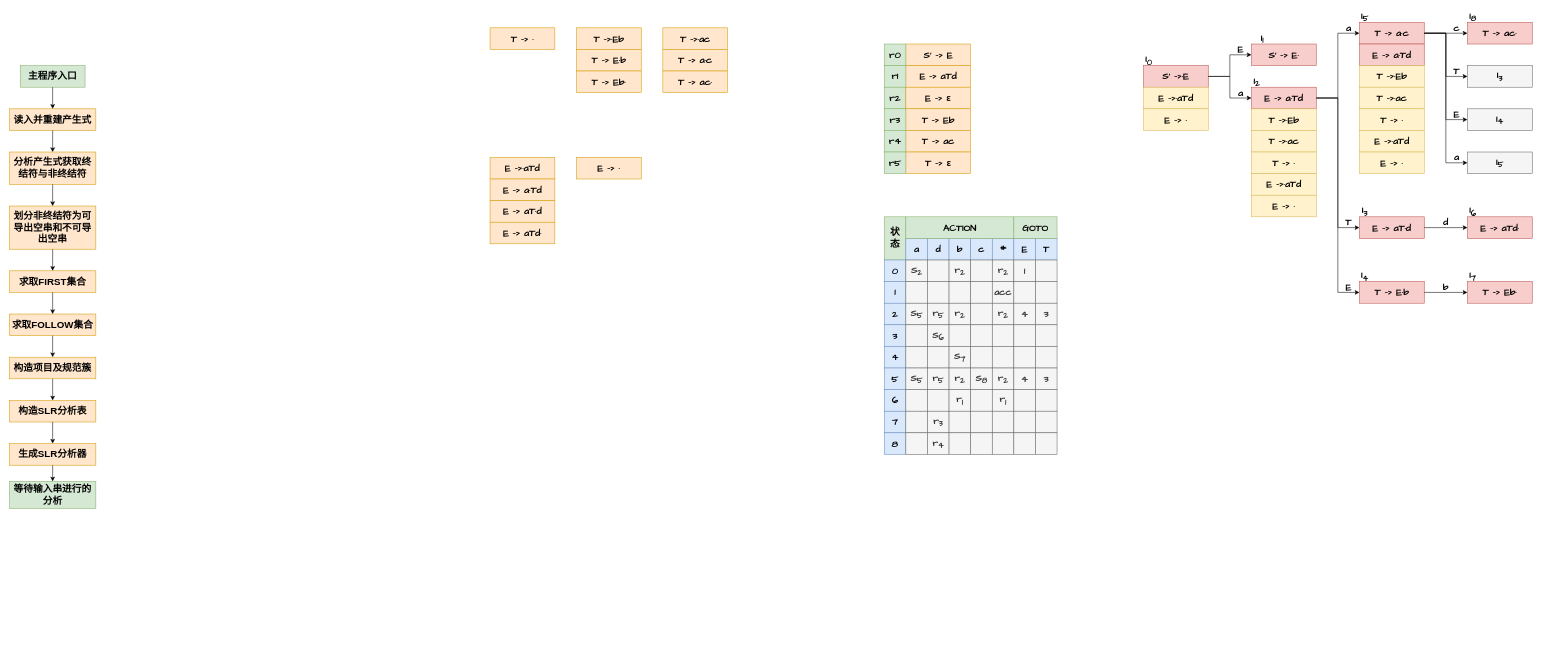
Earlier version of the draw.io diagram CS/CompilersPrinciples/GrammaticalAnalysis.drawio (umiskky/Diagrams). Source tidied: cells renumbered, new cells numbered last; positions are measured from the earlier drawing's top-left corner, leaving out a move shared by most shapes. Both pictures are drawn from the tidied source at 54%, with x=0, y=0 at pixel (9, 11).
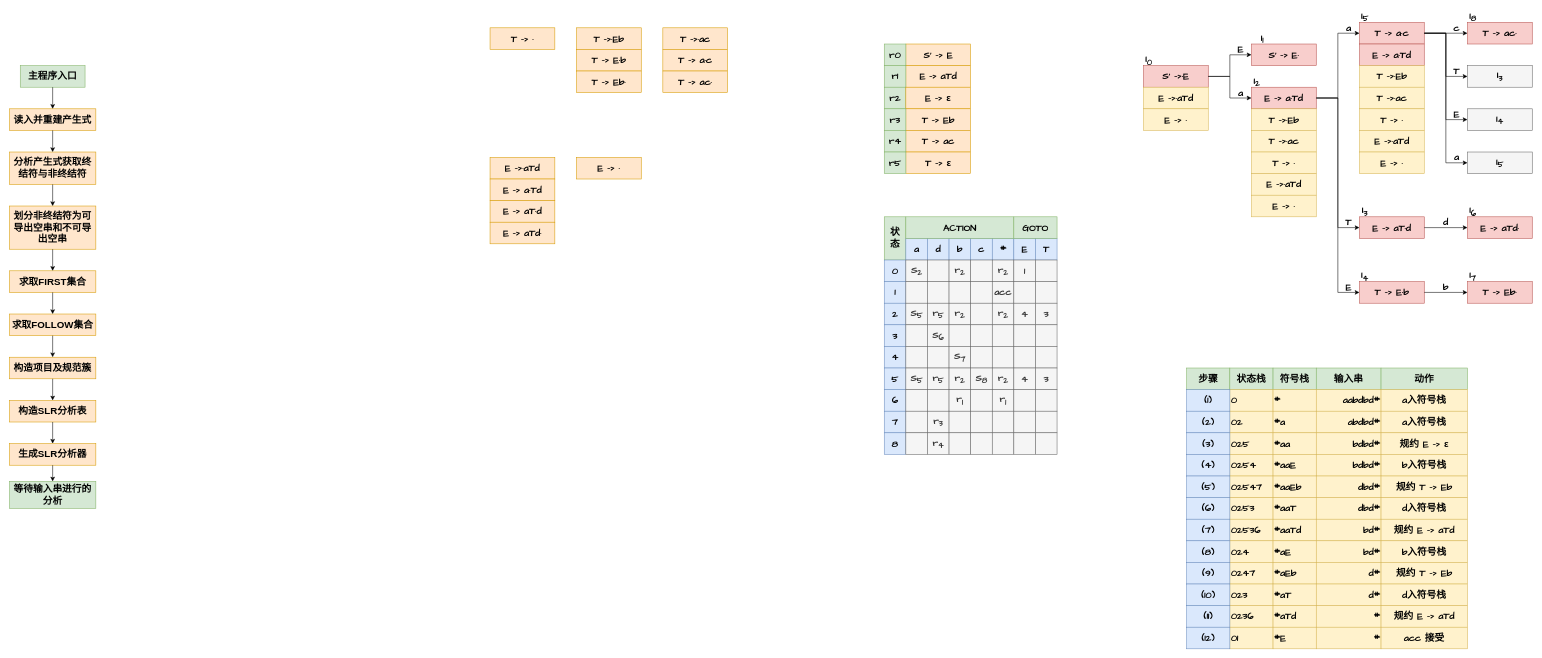
Above is the later version.

The edit, as a diff of the source:
```diff
@@
+    <mxCell id="199" style="group;" parent="1" vertex="1">
+      <mxGeometry x="2180" y="660" width="520" height="520" as="geometry" />
+    </mxCell>
+    <mxCell id="200" value="&lt;b&gt;&lt;font style=&quot;font-size: 18px&quot; face=&quot;Comic Sans MS&quot;&gt;步骤&lt;/font&gt;&lt;/b&gt;" style="rounded=0;whiteSpace=wrap;html=1;fillColor=#d5e8d4;strokeColor=#82b366;" parent="199" vertex="1">
+      <mxGeometry width="80" height="40" as="geometry" />
+    </mxCell>
+    <mxCell id="201" value="&lt;b&gt;&lt;font style=&quot;font-size: 18px&quot; face=&quot;Comic Sans MS&quot;&gt;状态栈&lt;/font&gt;&lt;/b&gt;" style="rounded=0;whiteSpace=wrap;html=1;fillColor=#d5e8d4;strokeColor=#82b366;" parent="199" vertex="1">
+      <mxGeometry x="80" width="80" height="40" as="geometry" />
+    </mxCell>
+    <mxCell id="202" value="&lt;b&gt;&lt;font style=&quot;font-size: 18px&quot; face=&quot;Comic Sans MS&quot;&gt;0&lt;/font&gt;&lt;/b&gt;" style="rounded=0;whiteSpace=wrap;html=1;fillColor=#fff2cc;strokeColor=#d6b656;align=left;" parent="199" vertex="1">
+      <mxGeometry x="80" y="40" width="80" height="40" as="geometry" />
+    </mxCell>
+    <mxCell id="203" value="&lt;b&gt;&lt;font style=&quot;font-size: 18px&quot; face=&quot;Comic Sans MS&quot;&gt;符号栈&lt;/font&gt;&lt;/b&gt;" style="rounded=0;whiteSpace=wrap;html=1;fillColor=#d5e8d4;strokeColor=#82b366;" parent="199" vertex="1">
+      <mxGeometry x="160" width="80" height="40" as="geometry" />
+    </mxCell>
+    <mxCell id="204" value="&lt;b&gt;&lt;font style=&quot;font-size: 18px&quot; face=&quot;Comic Sans MS&quot;&gt;#&lt;/font&gt;&lt;/b&gt;" style="rounded=0;whiteSpace=wrap;html=1;fillColor=#fff2cc;strokeColor=#d6b656;align=left;" parent="199" vertex="1">
+      <mxGeometry x="160" y="40" width="80" height="40" as="geometry" />
+    </mxCell>
+    <mxCell id="205" value="&lt;b&gt;&lt;font style=&quot;font-size: 18px&quot; face=&quot;Comic Sans MS&quot;&gt;输入串&lt;/font&gt;&lt;/b&gt;" style="rounded=0;whiteSpace=wrap;html=1;fillColor=#d5e8d4;strokeColor=#82b366;" parent="199" vertex="1">
+      <mxGeometry x="240" width="120" height="40" as="geometry" />
+    </mxCell>
+    <mxCell id="206" value="&lt;b&gt;&lt;font style=&quot;font-size: 18px&quot; face=&quot;Comic Sans MS&quot;&gt;aabdbd#&lt;/font&gt;&lt;/b&gt;" style="rounded=0;whiteSpace=wrap;html=1;fillColor=#fff2cc;strokeColor=#d6b656;align=right;" parent="199" vertex="1">
+      <mxGeometry x="240" y="40" width="120" height="40" as="geometry" />
+    </mxCell>
+    <mxCell id="207" value="&lt;b&gt;&lt;font style=&quot;font-size: 18px&quot; face=&quot;Comic Sans MS&quot;&gt;动作&lt;/font&gt;&lt;/b&gt;" style="rounded=0;whiteSpace=wrap;html=1;fillColor=#d5e8d4;strokeColor=#82b366;" parent="199" vertex="1">
+      <mxGeometry x="360" width="160" height="40" as="geometry" />
+    </mxCell>
+    <mxCell id="208" value="&lt;b style=&quot;font-family: &amp;#34;comic sans ms&amp;#34; ; font-size: 18px&quot;&gt;a入符号栈&lt;/b&gt;" style="rounded=0;whiteSpace=wrap;html=1;fillColor=#fff2cc;strokeColor=#d6b656;" parent="199" vertex="1">
+      <mxGeometry x="360" y="40" width="160" height="40" as="geometry" />
+    </mxCell>
+    <mxCell id="209" value="&lt;b&gt;&lt;font style=&quot;font-size: 18px&quot; face=&quot;Comic Sans MS&quot;&gt;(1)&lt;/font&gt;&lt;/b&gt;" style="rounded=0;whiteSpace=wrap;html=1;fillColor=#dae8fc;strokeColor=#6c8ebf;" parent="199" vertex="1">
+      <mxGeometry y="40" width="80" height="40" as="geometry" />
+    </mxCell>
+    <mxCell id="210" value="&lt;b&gt;&lt;font style=&quot;font-size: 18px&quot; face=&quot;Comic Sans MS&quot;&gt;02&lt;/font&gt;&lt;/b&gt;" style="rounded=0;whiteSpace=wrap;html=1;fillColor=#fff2cc;strokeColor=#d6b656;align=left;" parent="199" vertex="1">
+      <mxGeometry x="80" y="80" width="80" height="40" as="geometry" />
+    </mxCell>
+    <mxCell id="211" value="&lt;b&gt;&lt;font style=&quot;font-size: 18px&quot; face=&quot;Comic Sans MS&quot;&gt;#a&lt;/font&gt;&lt;/b&gt;" style="rounded=0;whiteSpace=wrap;html=1;fillColor=#fff2cc;strokeColor=#d6b656;align=left;" parent="199" vertex="1">
+      <mxGeometry x="160" y="80" width="80" height="40" as="geometry" />
+    </mxCell>
+    <mxCell id="212" value="&lt;b&gt;&lt;font style=&quot;font-size: 18px&quot; face=&quot;Comic Sans MS&quot;&gt;abdbd#&lt;/font&gt;&lt;/b&gt;" style="rounded=0;whiteSpace=wrap;html=1;fillColor=#fff2cc;strokeColor=#d6b656;align=right;" parent="199" vertex="1">
+      <mxGeometry x="240" y="80" width="120" height="40" as="geometry" />
+    </mxCell>
+    <mxCell id="213" value="&lt;b style=&quot;font-family: &amp;#34;comic sans ms&amp;#34; ; font-size: 18px&quot;&gt;a入符号栈&lt;/b&gt;" style="rounded=0;whiteSpace=wrap;html=1;fillColor=#fff2cc;strokeColor=#d6b656;" parent="199" vertex="1">
+      <mxGeometry x="360" y="80" width="160" height="40" as="geometry" />
+    </mxCell>
+    <mxCell id="214" value="&lt;b&gt;&lt;font style=&quot;font-size: 18px&quot; face=&quot;Comic Sans MS&quot;&gt;(2)&lt;/font&gt;&lt;/b&gt;" style="rounded=0;whiteSpace=wrap;html=1;fillColor=#dae8fc;strokeColor=#6c8ebf;" parent="199" vertex="1">
+      <mxGeometry y="80" width="80" height="40" as="geometry" />
+    </mxCell>
+    <mxCell id="215" value="&lt;b&gt;&lt;font style=&quot;font-size: 18px&quot; face=&quot;Comic Sans MS&quot;&gt;025&lt;/font&gt;&lt;/b&gt;" style="rounded=0;whiteSpace=wrap;html=1;fillColor=#fff2cc;strokeColor=#d6b656;align=left;" parent="199" vertex="1">
+      <mxGeometry x="80" y="120" width="80" height="40" as="geometry" />
+    </mxCell>
+    <mxCell id="216" value="&lt;b&gt;&lt;font style=&quot;font-size: 18px&quot; face=&quot;Comic Sans MS&quot;&gt;#aa&lt;/font&gt;&lt;/b&gt;" style="rounded=0;whiteSpace=wrap;html=1;fillColor=#fff2cc;strokeColor=#d6b656;align=left;" parent="199" vertex="1">
+      <mxGeometry x="160" y="120" width="80" height="40" as="geometry" />
+    </mxCell>
+    <mxCell id="217" value="&lt;b&gt;&lt;font style=&quot;font-size: 18px&quot; face=&quot;Comic Sans MS&quot;&gt;bdbd#&lt;/font&gt;&lt;/b&gt;" style="rounded=0;whiteSpace=wrap;html=1;fillColor=#fff2cc;strokeColor=#d6b656;align=right;" parent="199" vertex="1">
+      <mxGeometry x="240" y="120" width="120" height="40" as="geometry" />
+    </mxCell>
+    <mxCell id="218" value="&lt;font face=&quot;comic sans ms&quot;&gt;&lt;span style=&quot;font-size: 18px&quot;&gt;&lt;b&gt;规约&amp;nbsp;&lt;/b&gt;&lt;/span&gt;&lt;/font&gt;&lt;b style=&quot;font-family: &amp;#34;comic sans ms&amp;#34; ; font-size: 18px&quot;&gt;E -&amp;gt;&amp;nbsp;ε&lt;/b&gt;" style="rounded=0;whiteSpace=wrap;html=1;fillColor=#fff2cc;strokeColor=#d6b656;" parent="199" vertex="1">
+      <mxGeometry x="360" y="120" width="160" height="40" as="geometry" />
+    </mxCell>
+    <mxCell id="219" value="&lt;b&gt;&lt;font style=&quot;font-size: 18px&quot; face=&quot;Comic Sans MS&quot;&gt;(3)&lt;/font&gt;&lt;/b&gt;" style="rounded=0;whiteSpace=wrap;html=1;fillColor=#dae8fc;strokeColor=#6c8ebf;" parent="199" vertex="1">
+      <mxGeometry y="120" width="80" height="40" as="geometry" />
+    </mxCell>
+    <mxCell id="220" value="&lt;b&gt;&lt;font style=&quot;font-size: 18px&quot; face=&quot;Comic Sans MS&quot;&gt;0254&lt;/font&gt;&lt;/b&gt;" style="rounded=0;whiteSpace=wrap;html=1;fillColor=#fff2cc;strokeColor=#d6b656;align=left;" parent="199" vertex="1">
+      <mxGeometry x="80" y="160" width="80" height="40" as="geometry" />
+    </mxCell>
+    <mxCell id="221" value="&lt;b&gt;&lt;font style=&quot;font-size: 18px&quot; face=&quot;Comic Sans MS&quot;&gt;#aaE&lt;/font&gt;&lt;/b&gt;" style="rounded=0;whiteSpace=wrap;html=1;fillColor=#fff2cc;strokeColor=#d6b656;align=left;" parent="199" vertex="1">
+      <mxGeometry x="160" y="160" width="80" height="40" as="geometry" />
+    </mxCell>
+    <mxCell id="222" value="&lt;b&gt;&lt;font style=&quot;font-size: 18px&quot; face=&quot;Comic Sans MS&quot;&gt;bdbd#&lt;/font&gt;&lt;/b&gt;" style="rounded=0;whiteSpace=wrap;html=1;fillColor=#fff2cc;strokeColor=#d6b656;align=right;" parent="199" vertex="1">
+      <mxGeometry x="240" y="160" width="120" height="40" as="geometry" />
+    </mxCell>
+    <mxCell id="223" value="&lt;b style=&quot;font-family: &amp;#34;comic sans ms&amp;#34; ; font-size: 18px&quot;&gt;b入符号栈&lt;/b&gt;" style="rounded=0;whiteSpace=wrap;html=1;fillColor=#fff2cc;strokeColor=#d6b656;" parent="199" vertex="1">
+      <mxGeometry x="360" y="160" width="160" height="40" as="geometry" />
+    </mxCell>
+    <mxCell id="224" value="&lt;b&gt;&lt;font style=&quot;font-size: 18px&quot; face=&quot;Comic Sans MS&quot;&gt;(4)&lt;/font&gt;&lt;/b&gt;" style="rounded=0;whiteSpace=wrap;html=1;fillColor=#dae8fc;strokeColor=#6c8ebf;" parent="199" vertex="1">
+      <mxGeometry y="160" width="80" height="40" as="geometry" />
+    </mxCell>
+    <mxCell id="225" value="&lt;b&gt;&lt;font style=&quot;font-size: 18px&quot; face=&quot;Comic Sans MS&quot;&gt;02547&lt;/font&gt;&lt;/b&gt;" style="rounded=0;whiteSpace=wrap;html=1;fillColor=#fff2cc;strokeColor=#d6b656;align=left;" parent="199" vertex="1">
+      <mxGeometry x="80" y="200" width="80" height="40" as="geometry" />
+    </mxCell>
+    <mxCell id="226" value="&lt;b&gt;&lt;font style=&quot;font-size: 18px&quot; face=&quot;Comic Sans MS&quot;&gt;#aaEb&lt;/font&gt;&lt;/b&gt;" style="rounded=0;whiteSpace=wrap;html=1;fillColor=#fff2cc;strokeColor=#d6b656;align=left;" parent="199" vertex="1">
+      <mxGeometry x="160" y="200" width="80" height="40" as="geometry" />
+    </mxCell>
+    <mxCell id="227" value="&lt;b&gt;&lt;font style=&quot;font-size: 18px&quot; face=&quot;Comic Sans MS&quot;&gt;dbd#&lt;/font&gt;&lt;/b&gt;" style="rounded=0;whiteSpace=wrap;html=1;fillColor=#fff2cc;strokeColor=#d6b656;align=right;" parent="199" vertex="1">
+      <mxGeometry x="240" y="200" width="120" height="40" as="geometry" />
+    </mxCell>
+    <mxCell id="228" value="&lt;font face=&quot;comic sans ms&quot;&gt;&lt;span style=&quot;font-size: 18px&quot;&gt;&lt;b&gt;规约&amp;nbsp;&lt;/b&gt;&lt;/span&gt;&lt;/font&gt;&lt;b style=&quot;font-family: &amp;#34;comic sans ms&amp;#34; ; font-size: 18px&quot;&gt;T -&amp;gt; Eb&lt;/b&gt;" style="rounded=0;whiteSpace=wrap;html=1;fillColor=#fff2cc;strokeColor=#d6b656;" parent="199" vertex="1">
+      <mxGeometry x="360" y="200" width="160" height="40" as="geometry" />
+    </mxCell>
+    <mxCell id="229" value="&lt;b&gt;&lt;font style=&quot;font-size: 18px&quot; face=&quot;Comic Sans MS&quot;&gt;(5)&lt;/font&gt;&lt;/b&gt;" style="rounded=0;whiteSpace=wrap;html=1;fillColor=#dae8fc;strokeColor=#6c8ebf;" parent="199" vertex="1">
+      <mxGeometry y="200" width="80" height="40" as="geometry" />
+    </mxCell>
+    <mxCell id="230" value="&lt;b&gt;&lt;font style=&quot;font-size: 18px&quot; face=&quot;Comic Sans MS&quot;&gt;0253&lt;/font&gt;&lt;/b&gt;" style="rounded=0;whiteSpace=wrap;html=1;fillColor=#fff2cc;strokeColor=#d6b656;align=left;" parent="199" vertex="1">
+      <mxGeometry x="80" y="240" width="80" height="40" as="geometry" />
+    </mxCell>
+    <mxCell id="231" value="&lt;b&gt;&lt;font style=&quot;font-size: 18px&quot; face=&quot;Comic Sans MS&quot;&gt;#aaT&lt;/font&gt;&lt;/b&gt;" style="rounded=0;whiteSpace=wrap;html=1;fillColor=#fff2cc;strokeColor=#d6b656;align=left;" parent="199" vertex="1">
+      <mxGeometry x="160" y="240" width="80" height="40" as="geometry" />
+    </mxCell>
+    <mxCell id="232" value="&lt;b&gt;&lt;font style=&quot;font-size: 18px&quot; face=&quot;Comic Sans MS&quot;&gt;dbd#&lt;/font&gt;&lt;/b&gt;" style="rounded=0;whiteSpace=wrap;html=1;fillColor=#fff2cc;strokeColor=#d6b656;align=right;" parent="199" vertex="1">
+      <mxGeometry x="240" y="240" width="120" height="40" as="geometry" />
+    </mxCell>
+    <mxCell id="233" value="&lt;b style=&quot;font-family: &amp;#34;comic sans ms&amp;#34; ; font-size: 18px&quot;&gt;d入符号栈&lt;/b&gt;" style="rounded=0;whiteSpace=wrap;html=1;fillColor=#fff2cc;strokeColor=#d6b656;" parent="199" vertex="1">
+      <mxGeometry x="360" y="240" width="160" height="40" as="geometry" />
+    </mxCell>
+    <mxCell id="234" value="&lt;b&gt;&lt;font style=&quot;font-size: 18px&quot; face=&quot;Comic Sans MS&quot;&gt;(6)&lt;/font&gt;&lt;/b&gt;" style="rounded=0;whiteSpace=wrap;html=1;fillColor=#dae8fc;strokeColor=#6c8ebf;" parent="199" vertex="1">
+      <mxGeometry y="240" width="80" height="40" as="geometry" />
+    </mxCell>
+    <mxCell id="235" value="&lt;b&gt;&lt;font style=&quot;font-size: 18px&quot; face=&quot;Comic Sans MS&quot;&gt;02536&lt;/font&gt;&lt;/b&gt;" style="rounded=0;whiteSpace=wrap;html=1;fillColor=#fff2cc;strokeColor=#d6b656;align=left;" parent="199" vertex="1">
+      <mxGeometry x="80" y="280" width="80" height="40" as="geometry" />
+    </mxCell>
+    <mxCell id="236" value="&lt;b&gt;&lt;font style=&quot;font-size: 18px&quot; face=&quot;Comic Sans MS&quot;&gt;#aaTd&lt;/font&gt;&lt;/b&gt;" style="rounded=0;whiteSpace=wrap;html=1;fillColor=#fff2cc;strokeColor=#d6b656;align=left;" parent="199" vertex="1">
+      <mxGeometry x="160" y="280" width="80" height="40" as="geometry" />
+    </mxCell>
+    <mxCell id="237" value="&lt;b&gt;&lt;font style=&quot;font-size: 18px&quot; face=&quot;Comic Sans MS&quot;&gt;bd#&lt;/font&gt;&lt;/b&gt;" style="rounded=0;whiteSpace=wrap;html=1;fillColor=#fff2cc;strokeColor=#d6b656;align=right;" parent="199" vertex="1">
+      <mxGeometry x="240" y="280" width="120" height="40" as="geometry" />
+    </mxCell>
+    <mxCell id="238" value="&lt;font face=&quot;comic sans ms&quot;&gt;&lt;span style=&quot;font-size: 18px&quot;&gt;&lt;b&gt;规约&amp;nbsp;&lt;/b&gt;&lt;/span&gt;&lt;/font&gt;&lt;b style=&quot;font-family: &amp;#34;comic sans ms&amp;#34; ; font-size: 18px&quot;&gt;E -&amp;gt; aTd&lt;/b&gt;" style="rounded=0;whiteSpace=wrap;html=1;fillColor=#fff2cc;strokeColor=#d6b656;" parent="199" vertex="1">
+      <mxGeometry x="360" y="280" width="160" height="40" as="geometry" />
+    </mxCell>
+    <mxCell id="239" value="&lt;b&gt;&lt;font style=&quot;font-size: 18px&quot; face=&quot;Comic Sans MS&quot;&gt;(7)&lt;/font&gt;&lt;/b&gt;" style="rounded=0;whiteSpace=wrap;html=1;fillColor=#dae8fc;strokeColor=#6c8ebf;" parent="199" vertex="1">
+      <mxGeometry y="280" width="80" height="40" as="geometry" />
+    </mxCell>
+    <mxCell id="240" value="&lt;b&gt;&lt;font style=&quot;font-size: 18px&quot; face=&quot;Comic Sans MS&quot;&gt;024&lt;/font&gt;&lt;/b&gt;" style="rounded=0;whiteSpace=wrap;html=1;fillColor=#fff2cc;strokeColor=#d6b656;align=left;" parent="199" vertex="1">
+      <mxGeometry x="80" y="320" width="80" height="40" as="geometry" />
+    </mxCell>
+    <mxCell id="241" value="&lt;b&gt;&lt;font style=&quot;font-size: 18px&quot; face=&quot;Comic Sans MS&quot;&gt;#aE&lt;/font&gt;&lt;/b&gt;" style="rounded=0;whiteSpace=wrap;html=1;fillColor=#fff2cc;strokeColor=#d6b656;align=left;" parent="199" vertex="1">
+      <mxGeometry x="160" y="320" width="80" height="40" as="geometry" />
+    </mxCell>
+    <mxCell id="242" value="&lt;b&gt;&lt;font style=&quot;font-size: 18px&quot; face=&quot;Comic Sans MS&quot;&gt;bd#&lt;/font&gt;&lt;/b&gt;" style="rounded=0;whiteSpace=wrap;html=1;fillColor=#fff2cc;strokeColor=#d6b656;align=right;" parent="199" vertex="1">
+      <mxGeometry x="240" y="320" width="120" height="40" as="geometry" />
+    </mxCell>
+    <mxCell id="243" value="&lt;b style=&quot;font-family: &amp;#34;comic sans ms&amp;#34; ; font-size: 18px&quot;&gt;b入符号栈&lt;/b&gt;" style="rounded=0;whiteSpace=wrap;html=1;fillColor=#fff2cc;strokeColor=#d6b656;" parent="199" vertex="1">
+      <mxGeometry x="360" y="320" width="160" height="40" as="geometry" />
+    </mxCell>
+    <mxCell id="244" value="&lt;b&gt;&lt;font style=&quot;font-size: 18px&quot; face=&quot;Comic Sans MS&quot;&gt;(8)&lt;/font&gt;&lt;/b&gt;" style="rounded=0;whiteSpace=wrap;html=1;fillColor=#dae8fc;strokeColor=#6c8ebf;" parent="199" vertex="1">
+      <mxGeometry y="320" width="80" height="40" as="geometry" />
+    </mxCell>
+    <mxCell id="245" value="&lt;b&gt;&lt;font style=&quot;font-size: 18px&quot; face=&quot;Comic Sans MS&quot;&gt;0247&lt;/font&gt;&lt;/b&gt;" style="rounded=0;whiteSpace=wrap;html=1;fillColor=#fff2cc;strokeColor=#d6b656;align=left;" parent="199" vertex="1">
+      <mxGeometry x="80" y="360" width="80" height="40" as="geometry" />
+    </mxCell>
+    <mxCell id="246" value="&lt;b&gt;&lt;font style=&quot;font-size: 18px&quot; face=&quot;Comic Sans MS&quot;&gt;#aEb&lt;/font&gt;&lt;/b&gt;" style="rounded=0;whiteSpace=wrap;html=1;fillColor=#fff2cc;strokeColor=#d6b656;align=left;" parent="199" vertex="1">
+      <mxGeometry x="160" y="360" width="80" height="40" as="geometry" />
+    </mxCell>
+    <mxCell id="247" value="&lt;b&gt;&lt;font style=&quot;font-size: 18px&quot; face=&quot;Comic Sans MS&quot;&gt;d#&lt;/font&gt;&lt;/b&gt;" style="rounded=0;whiteSpace=wrap;html=1;fillColor=#fff2cc;strokeColor=#d6b656;align=right;" parent="199" vertex="1">
+      <mxGeometry x="240" y="360" width="120" height="40" as="geometry" />
+    </mxCell>
+    <mxCell id="248" value="&lt;font face=&quot;comic sans ms&quot;&gt;&lt;span style=&quot;font-size: 18px&quot;&gt;&lt;b&gt;规约&amp;nbsp;&lt;/b&gt;&lt;/span&gt;&lt;/font&gt;&lt;b style=&quot;font-family: &amp;#34;comic sans ms&amp;#34; ; font-size: 18px&quot;&gt;T -&amp;gt; Eb&lt;/b&gt;" style="rounded=0;whiteSpace=wrap;html=1;fillColor=#fff2cc;strokeColor=#d6b656;" parent="199" vertex="1">
+      <mxGeometry x="360" y="360" width="160" height="40" as="geometry" />
+    </mxCell>
+    <mxCell id="249" value="&lt;b&gt;&lt;font style=&quot;font-size: 18px&quot; face=&quot;Comic Sans MS&quot;&gt;(9)&lt;/font&gt;&lt;/b&gt;" style="rounded=0;whiteSpace=wrap;html=1;fillColor=#dae8fc;strokeColor=#6c8ebf;" parent="199" vertex="1">
+      <mxGeometry y="360" width="80" height="40" as="geometry" />
+    </mxCell>
+    <mxCell id="250" value="&lt;b&gt;&lt;font style=&quot;font-size: 18px&quot; face=&quot;Comic Sans MS&quot;&gt;023&lt;/font&gt;&lt;/b&gt;" style="rounded=0;whiteSpace=wrap;html=1;fillColor=#fff2cc;strokeColor=#d6b656;align=left;" parent="199" vertex="1">
+      <mxGeometry x="80" y="400" width="80" height="40" as="geometry" />
+    </mxCell>
+    <mxCell id="251" value="&lt;b&gt;&lt;font style=&quot;font-size: 18px&quot; face=&quot;Comic Sans MS&quot;&gt;#aT&lt;/font&gt;&lt;/b&gt;" style="rounded=0;whiteSpace=wrap;html=1;fillColor=#fff2cc;strokeColor=#d6b656;align=left;" parent="199" vertex="1">
+      <mxGeometry x="160" y="400" width="80" height="40" as="geometry" />
+    </mxCell>
+    <mxCell id="252" value="&lt;b&gt;&lt;font style=&quot;font-size: 18px&quot; face=&quot;Comic Sans MS&quot;&gt;d#&lt;/font&gt;&lt;/b&gt;" style="rounded=0;whiteSpace=wrap;html=1;fillColor=#fff2cc;strokeColor=#d6b656;align=right;" parent="199" vertex="1">
+      <mxGeometry x="240" y="400" width="120" height="40" as="geometry" />
+    </mxCell>
+    <mxCell id="253" value="&lt;b style=&quot;font-family: &amp;#34;comic sans ms&amp;#34; ; font-size: 18px&quot;&gt;d入符号栈&lt;/b&gt;" style="rounded=0;whiteSpace=wrap;html=1;fillColor=#fff2cc;strokeColor=#d6b656;" parent="199" vertex="1">
+      <mxGeometry x="360" y="400" width="160" height="40" as="geometry" />
+    </mxCell>
+    <mxCell id="254" value="&lt;b&gt;&lt;font style=&quot;font-size: 18px&quot; face=&quot;Comic Sans MS&quot;&gt;(10)&lt;/font&gt;&lt;/b&gt;" style="rounded=0;whiteSpace=wrap;html=1;fillColor=#dae8fc;strokeColor=#6c8ebf;" parent="199" vertex="1">
+      <mxGeometry y="400" width="80" height="40" as="geometry" />
+    </mxCell>
+    <mxCell id="255" value="&lt;b&gt;&lt;font style=&quot;font-size: 18px&quot; face=&quot;Comic Sans MS&quot;&gt;0236&lt;/font&gt;&lt;/b&gt;" style="rounded=0;whiteSpace=wrap;html=1;fillColor=#fff2cc;strokeColor=#d6b656;align=left;" parent="199" vertex="1">
+      <mxGeometry x="80" y="440" width="80" height="40" as="geometry" />
+    </mxCell>
+    <mxCell id="256" value="&lt;b&gt;&lt;font style=&quot;font-size: 18px&quot; face=&quot;Comic Sans MS&quot;&gt;#aTd&lt;/font&gt;&lt;/b&gt;" style="rounded=0;whiteSpace=wrap;html=1;fillColor=#fff2cc;strokeColor=#d6b656;align=left;" parent="199" vertex="1">
+      <mxGeometry x="160" y="440" width="80" height="40" as="geometry" />
+    </mxCell>
+    <mxCell id="257" value="&lt;b&gt;&lt;font style=&quot;font-size: 18px&quot; face=&quot;Comic Sans MS&quot;&gt;#&lt;/font&gt;&lt;/b&gt;" style="rounded=0;whiteSpace=wrap;html=1;fillColor=#fff2cc;strokeColor=#d6b656;align=right;" parent="199" vertex="1">
+      <mxGeometry x="240" y="440" width="120" height="40" as="geometry" />
+    </mxCell>
+    <mxCell id="258" value="&lt;font face=&quot;comic sans ms&quot;&gt;&lt;span style=&quot;font-size: 18px&quot;&gt;&lt;b&gt;规约&amp;nbsp;&lt;/b&gt;&lt;/span&gt;&lt;/font&gt;&lt;b style=&quot;font-family: &amp;#34;comic sans ms&amp;#34; ; font-size: 18px&quot;&gt;E -&amp;gt; aTd&lt;/b&gt;" style="rounded=0;whiteSpace=wrap;html=1;fillColor=#fff2cc;strokeColor=#d6b656;" parent="199" vertex="1">
+      <mxGeometry x="360" y="440" width="160" height="40" as="geometry" />
+    </mxCell>
+    <mxCell id="259" value="&lt;b&gt;&lt;font style=&quot;font-size: 18px&quot; face=&quot;Comic Sans MS&quot;&gt;(11)&lt;/font&gt;&lt;/b&gt;" style="rounded=0;whiteSpace=wrap;html=1;fillColor=#dae8fc;strokeColor=#6c8ebf;" parent="199" vertex="1">
+      <mxGeometry y="440" width="80" height="40" as="geometry" />
+    </mxCell>
+    <mxCell id="260" value="&lt;b&gt;&lt;font style=&quot;font-size: 18px&quot; face=&quot;Comic Sans MS&quot;&gt;01&lt;/font&gt;&lt;/b&gt;" style="rounded=0;whiteSpace=wrap;html=1;fillColor=#fff2cc;strokeColor=#d6b656;align=left;" parent="199" vertex="1">
+      <mxGeometry x="80" y="480" width="80" height="40" as="geometry" />
+    </mxCell>
+    <mxCell id="261" value="&lt;b&gt;&lt;font style=&quot;font-size: 18px&quot; face=&quot;Comic Sans MS&quot;&gt;#E&lt;/font&gt;&lt;/b&gt;" style="rounded=0;whiteSpace=wrap;html=1;fillColor=#fff2cc;strokeColor=#d6b656;align=left;" parent="199" vertex="1">
+      <mxGeometry x="160" y="480" width="80" height="40" as="geometry" />
+    </mxCell>
+    <mxCell id="262" value="&lt;b&gt;&lt;font style=&quot;font-size: 18px&quot; face=&quot;Comic Sans MS&quot;&gt;#&lt;/font&gt;&lt;/b&gt;" style="rounded=0;whiteSpace=wrap;html=1;fillColor=#fff2cc;strokeColor=#d6b656;align=right;" parent="199" vertex="1">
+      <mxGeometry x="240" y="480" width="120" height="40" as="geometry" />
+    </mxCell>
+    <mxCell id="263" value="&lt;b style=&quot;font-family: &amp;#34;comic sans ms&amp;#34; ; font-size: 18px&quot;&gt;acc 接受&lt;/b&gt;" style="rounded=0;whiteSpace=wrap;html=1;fillColor=#fff2cc;strokeColor=#d6b656;" parent="199" vertex="1">
+      <mxGeometry x="360" y="480" width="160" height="40" as="geometry" />
+    </mxCell>
+    <mxCell id="264" value="&lt;b&gt;&lt;font style=&quot;font-size: 18px&quot; face=&quot;Comic Sans MS&quot;&gt;(12)&lt;/font&gt;&lt;/b&gt;" style="rounded=0;whiteSpace=wrap;html=1;fillColor=#dae8fc;strokeColor=#6c8ebf;" parent="199" vertex="1">
+      <mxGeometry y="480" width="80" height="40" as="geometry" />
+    </mxCell>
```
